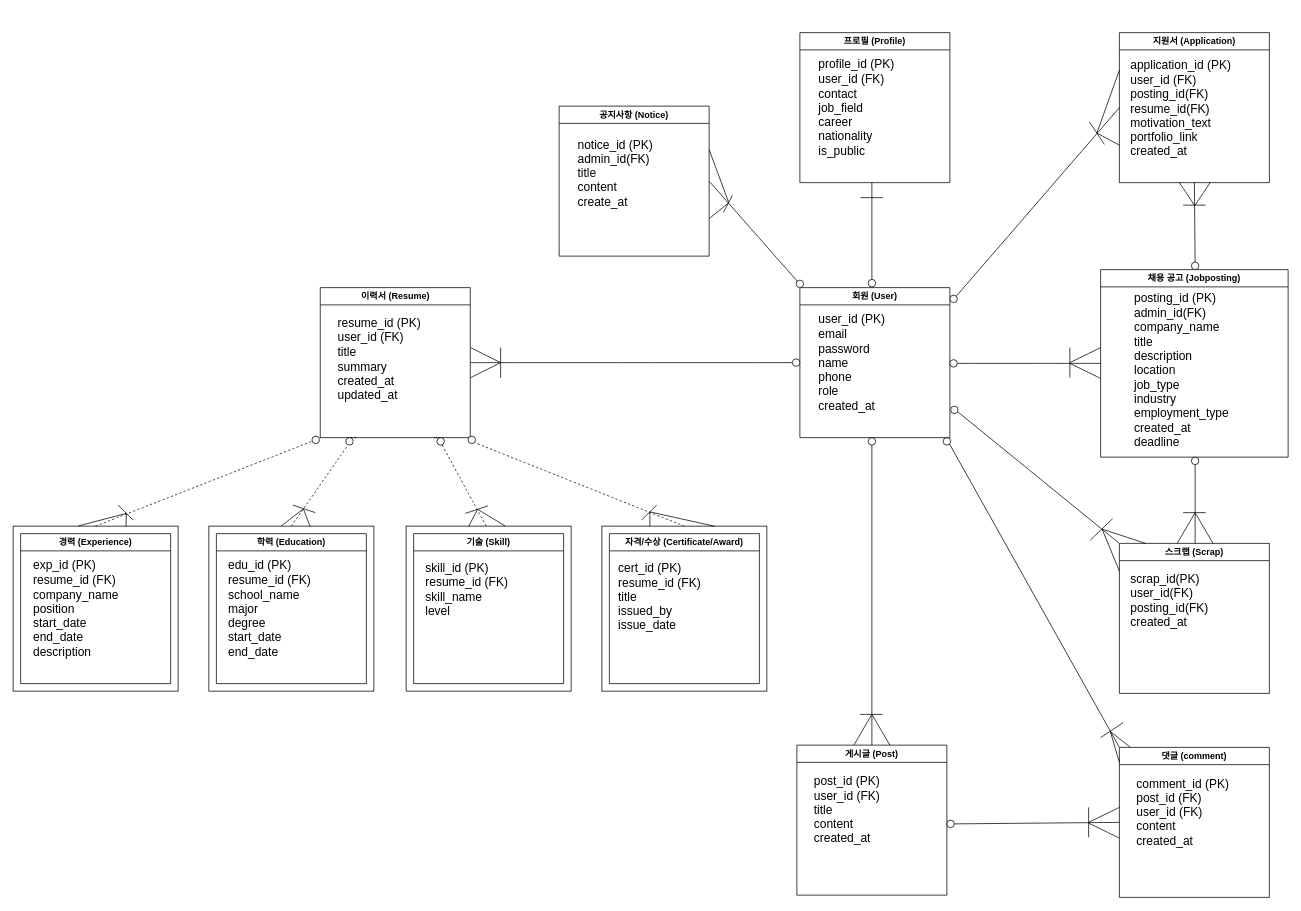
Before: test1.drawio in learnner-ms/WebProject, a draw.io diagram. Source tidied: cells renumbered, new cells numbered last; positions are measured from the earlier drawing's top-left corner, leaving out a move shared by most shapes. Both pictures are drawn from the tidied source at 75%, with x=0, y=0 at pixel (13, 32).
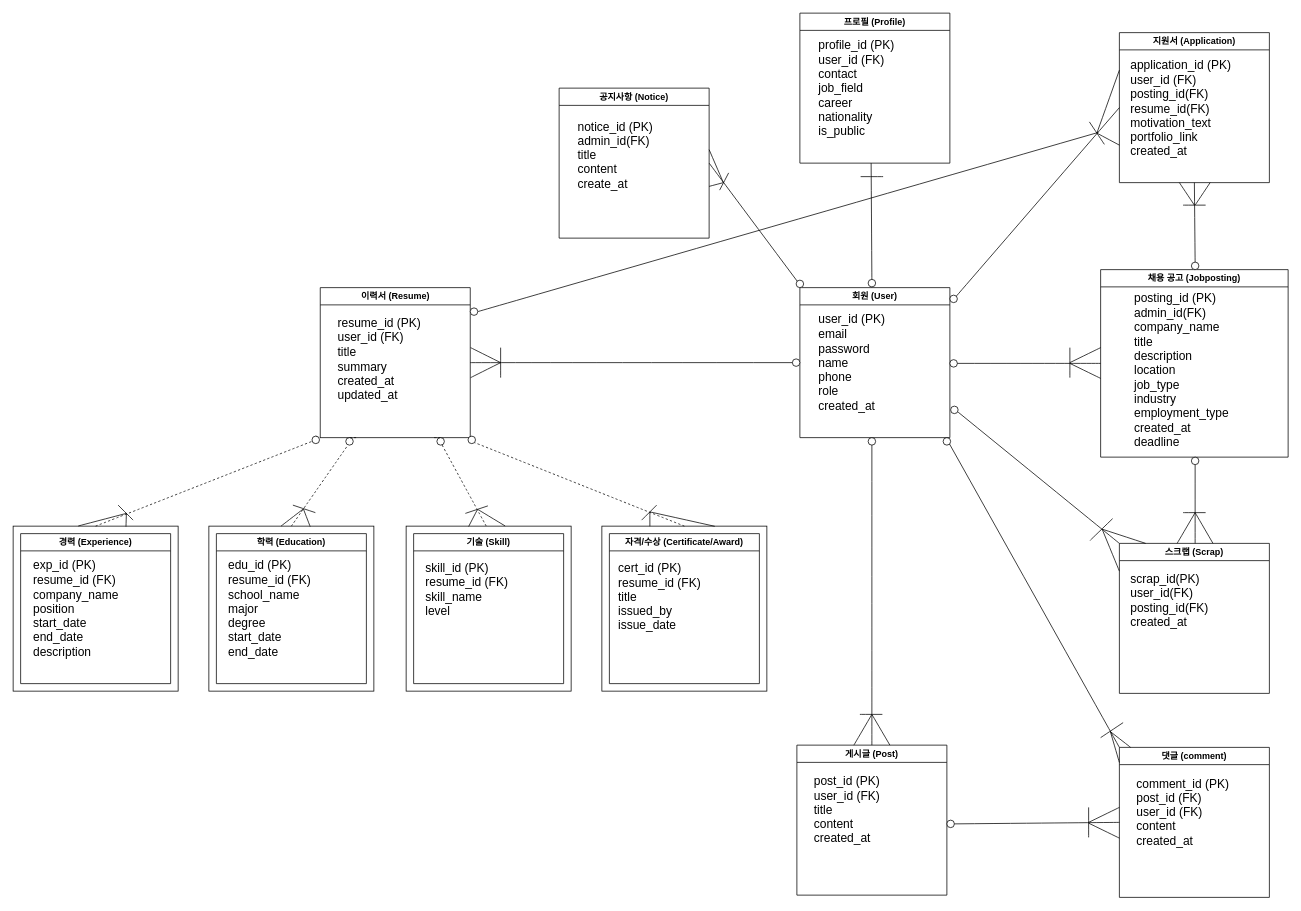
Above is the later version.

Unchanged cells that the change refers to:
```xml
<mxCell id="53" style="ellipse;whiteSpace=wrap;html=1;" parent="1" vertex="1">
  <mxGeometry x="1140" y="329" width="10" height="10" as="geometry" />
</mxCell>
```

What changed in the source:
```diff
@@
+    <mxCell id="115" style="endArrow=none;html=1;rounded=0;fontSize=12;startSize=8;endSize=8;curved=1;exitX=1;exitY=0.5;exitDx=0;exitDy=0;" parent="1" edge="1" source="116">
+      <mxGeometry relative="1" as="geometry">
+        <mxPoint x="1447" y="133" as="targetPoint" />
+      </mxGeometry>
+    </mxCell>
@@
     <mxCell id="4" value="프로필 (Profile)" style="swimlane;whiteSpace=wrap;html=1;" parent="1" vertex="1">
-      <mxGeometry x="1049" width="200" height="200" as="geometry" />
+      <mxGeometry x="1049" y="-26" width="200" height="200" as="geometry" />
     </mxCell>
@@
-    <mxCell id="54" style="endArrow=none;html=1;rounded=0;fontSize=12;startSize=8;endSize=8;curved=1;exitX=0.5;exitY=0;exitDx=0;exitDy=0;entryX=0.5;entryY=1;entryDx=0;entryDy=0;" parent="1" edge="1" source="53">
+    <mxCell id="54" style="endArrow=none;html=1;rounded=0;fontSize=12;startSize=8;endSize=8;curved=1;exitX=0.5;exitY=0;exitDx=0;exitDy=0;" parent="1" edge="1" source="53">
       <mxGeometry relative="1" as="geometry">
-        <mxPoint x="1145" y="200" as="targetPoint" />
+        <mxPoint x="1144" y="174" as="targetPoint" />
       </mxGeometry>
     </mxCell>
     <mxCell id="55" style="endArrow=none;html=1;rounded=0;fontSize=12;startSize=8;endSize=8;curved=1;" parent="1" edge="1">
       <mxGeometry relative="1" as="geometry">
-        <mxPoint x="1160" y="220" as="sourcePoint" />
-        <mxPoint x="1130" y="220" as="targetPoint" />
+        <mxPoint x="1160" y="192" as="sourcePoint" />
+        <mxPoint x="1130" y="192" as="targetPoint" />
       </mxGeometry>
     </mxCell>
@@
     <mxCell id="103" value="공지사항 (Notice)" style="swimlane;whiteSpace=wrap;html=1;" parent="1" vertex="1">
-      <mxGeometry x="728" y="98" width="200" height="200" as="geometry" />
+      <mxGeometry x="728" y="74" width="200" height="200" as="geometry" />
     </mxCell>
@@
-    <mxCell id="105" style="endArrow=none;html=1;rounded=0;fontSize=12;startSize=8;endSize=8;curved=1;exitX=1;exitY=0.75;exitDx=0;exitDy=0;" parent="103" edge="1" source="103">
-      <mxGeometry relative="1" as="geometry">
-        <mxPoint x="226" y="129" as="targetPoint" />
-      </mxGeometry>
-    </mxCell>
@@
     <mxCell id="108" style="endArrow=none;html=1;rounded=0;fontSize=12;startSize=8;endSize=8;curved=1;" parent="1" edge="1">
       <mxGeometry relative="1" as="geometry">
-        <mxPoint x="947" y="240" as="sourcePoint" />
-        <mxPoint x="959" y="217" as="targetPoint" />
+        <mxPoint x="942" y="210" as="sourcePoint" />
+        <mxPoint x="954" y="187" as="targetPoint" />
       </mxGeometry>
     </mxCell>
     <mxCell id="109" style="endArrow=none;html=1;rounded=0;fontSize=12;startSize=8;endSize=8;curved=1;" parent="1" edge="1">
       <mxGeometry relative="1" as="geometry">
-        <mxPoint x="954" y="226" as="sourcePoint" />
+        <mxPoint x="947" y="200" as="sourcePoint" />
         <mxPoint x="928" y="156" as="targetPoint" />
       </mxGeometry>
     </mxCell>
@@
+    <mxCell id="116" style="ellipse;whiteSpace=wrap;html=1;" parent="1" vertex="1">
+      <mxGeometry x="609.5" y="367" width="10" height="10" as="geometry" />
+    </mxCell>
+    <mxCell id="105" style="endArrow=none;html=1;rounded=0;fontSize=12;startSize=8;endSize=8;curved=1;" parent="1" edge="1">
+      <mxGeometry relative="1" as="geometry">
+        <mxPoint x="928" y="205" as="sourcePoint" />
+        <mxPoint x="947" y="200" as="targetPoint" />
+      </mxGeometry>
+    </mxCell>
```
